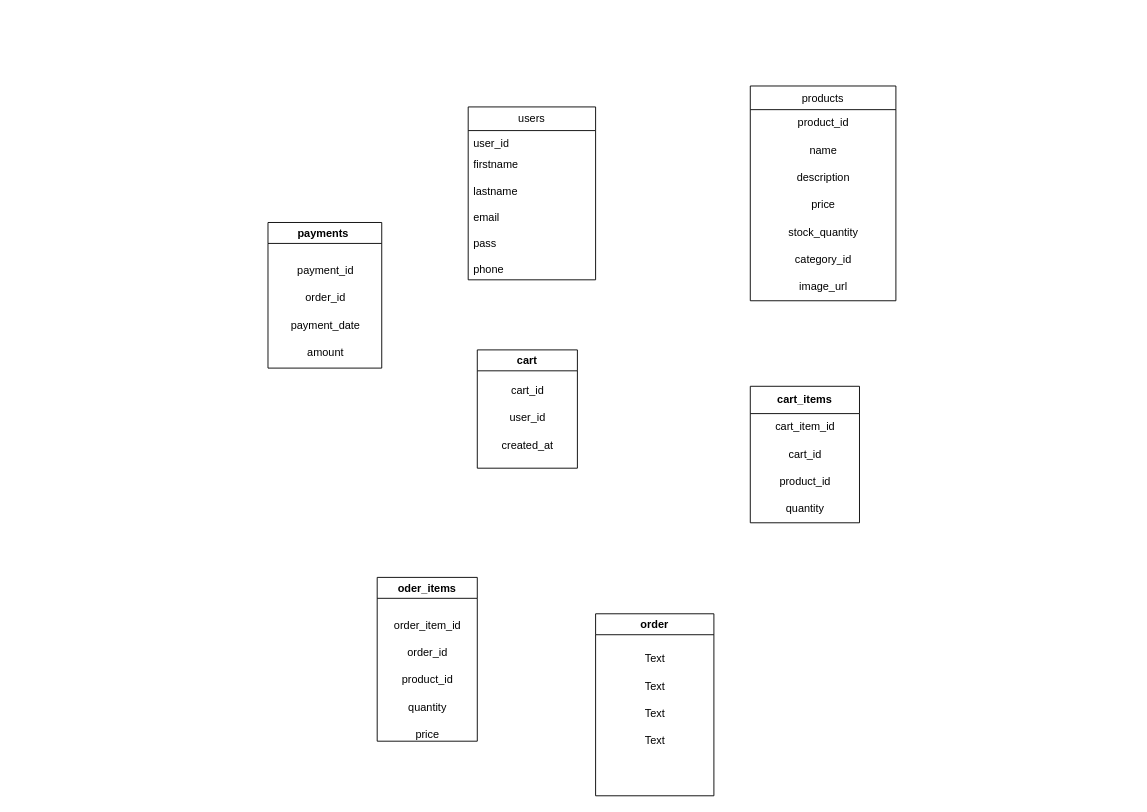
Before: Biểu đồ không có tiêu đề.drawio in xuancxh/IE104, a draw.io diagram. Source tidied: cells renumbered, new cells numbered last; positions are measured from the earlier drawing's top-left corner, leaving out a move shared by most shapes. Both pictures are drawn from the tidied source at 91%, with x=0, y=0 at pixel (268, 86).
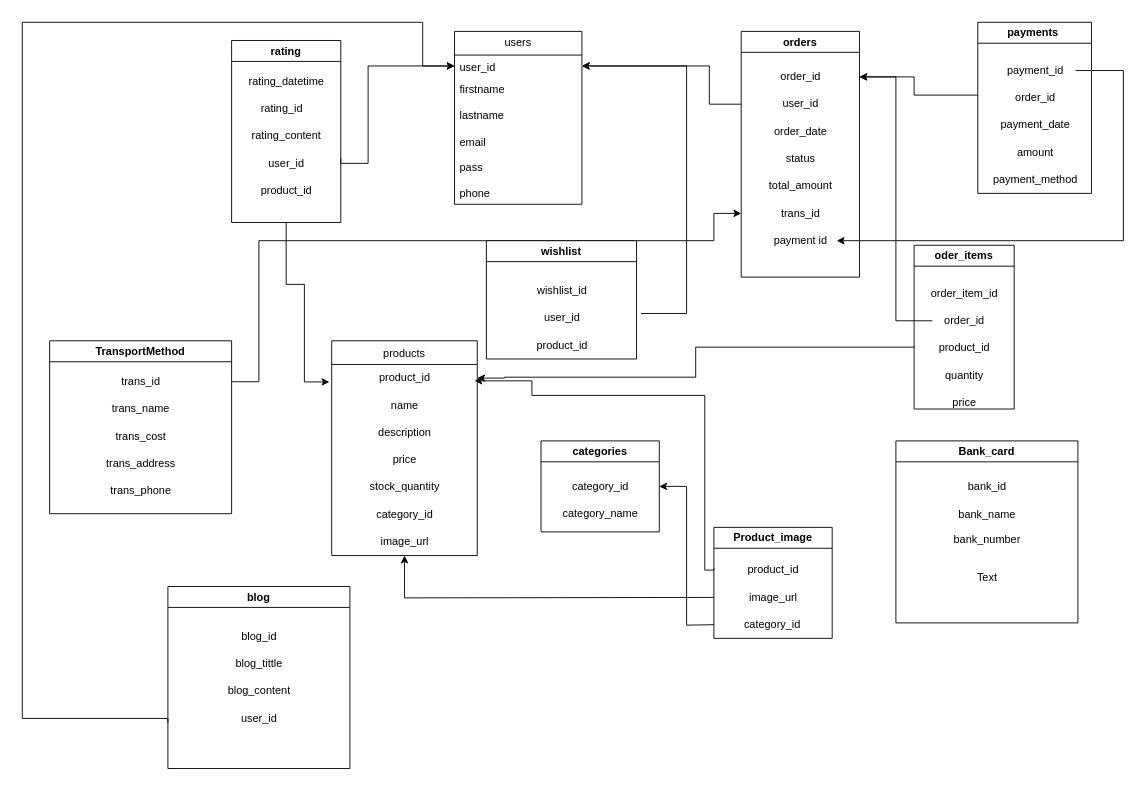
After the change.

Unchanged cells that the change refers to:
```xml
<mxCell id="3" value="product_id" style="text;html=1;align=center;verticalAlign=middle;points=[];strokeColor=none;fillColor=none;" parent="2" vertex="1">
  <mxGeometry y="26" width="160" height="30" as="geometry" />
</mxCell>
<mxCell id="9" value="image_url" style="text;html=1;align=center;verticalAlign=middle;points=[];strokeColor=none;fillColor=none;" parent="2" vertex="1">
  <mxGeometry y="206" width="160" height="30" as="geometry" />
</mxCell>
<mxCell id="11" value="&lt;font style=&quot;font-size: 12px;&quot;&gt;user_id&lt;/font&gt;&lt;div&gt;&lt;font style=&quot;font-size: 12px;&quot;&gt;&lt;br&gt;&lt;/font&gt;&lt;/div&gt;" style="text;strokeColor=none;fillColor=none;align=left;verticalAlign=top;spacingLeft=4;spacingRight=4;overflow=hidden;points=[[0,0.5],[1,0.5]];portConstraint=eastwest;whiteSpace=wrap;html=1;" parent="10" vertex="1">
  <mxGeometry y="26" width="140" height="24" as="geometry" />
</mxCell>
<mxCell id="23" value="payment_id" style="text;html=1;align=center;verticalAlign=middle;points=[];strokeColor=none;fillColor=none;" parent="22" vertex="1">
  <mxGeometry x="17.5" y="38" width="90" height="30" as="geometry" />
</mxCell>
<mxCell id="29" value="order_id" style="text;html=1;align=center;verticalAlign=middle;points=[];strokeColor=none;fillColor=none;" parent="27" vertex="1">
  <mxGeometry x="20" y="68" width="70" height="30" as="geometry" />
</mxCell>
```

The edit, as a diff of the source:
```diff
@@
     <mxCell id="2" value="products" style="swimlane;fontStyle=0;align=center;verticalAlign=top;horizontal=1;startSize=26;rounded=0;shadow=0;strokeWidth=1;" parent="1" vertex="1">
-      <mxGeometry x="530" width="160" height="236" as="geometry" />
+      <mxGeometry x="70" y="280" width="160" height="236" as="geometry" />
     </mxCell>
@@
     <mxCell id="10" value="users" style="swimlane;fontStyle=0;horizontal=1;startSize=26;fillColor=none;whiteSpace=wrap;html=1;" parent="1" vertex="1">
-      <mxGeometry x="220" y="23" width="140" height="190" as="geometry" />
+      <mxGeometry x="205" y="-60" width="140" height="190" as="geometry" />
     </mxCell>
@@
-    <mxCell id="13" value="cart" style="swimlane;whiteSpace=wrap;html=1;align=center;" parent="1" vertex="1">
-      <mxGeometry x="230" y="290" width="110" height="130" as="geometry" />
-    </mxCell>
-    <mxCell id="14" value="cart_id" style="text;html=1;align=center;verticalAlign=middle;strokeColor=none;fillColor=none;" parent="13" vertex="1">
-      <mxGeometry x="25" y="30" width="60" height="30" as="geometry" />
-    </mxCell>
-    <mxCell id="15" value="user_id" style="text;html=1;align=center;verticalAlign=middle;strokeColor=none;fillColor=none;" parent="13" vertex="1">
-      <mxGeometry x="25" y="60" width="60" height="30" as="geometry" />
-    </mxCell>
-    <mxCell id="16" value="created_at" style="text;html=1;align=center;verticalAlign=middle;strokeColor=none;fillColor=none;" parent="13" vertex="1">
-      <mxGeometry x="15" y="90" width="80" height="30" as="geometry" />
-    </mxCell>
-    <mxCell id="17" value="cart_items" style="swimlane;whiteSpace=wrap;html=1;startSize=30;" parent="1" vertex="1">
-      <mxGeometry x="530" y="330" width="120" height="150" as="geometry" />
-    </mxCell>
-    <mxCell id="18" value="cart_item_id" style="text;html=1;align=center;verticalAlign=middle;strokeColor=none;fillColor=none;" parent="17" vertex="1">
-      <mxGeometry x="15" y="30" width="90" height="30" as="geometry" />
-    </mxCell>
-    <mxCell id="19" value="cart_id" style="text;html=1;align=center;verticalAlign=middle;strokeColor=none;fillColor=none;" parent="17" vertex="1">
-      <mxGeometry x="30" y="60" width="60" height="30" as="geometry" />
-    </mxCell>
-    <mxCell id="20" value="product_id" style="text;html=1;align=center;verticalAlign=middle;strokeColor=none;fillColor=none;" parent="17" vertex="1">
-      <mxGeometry x="20" y="90" width="80" height="30" as="geometry" />
-    </mxCell>
-    <mxCell id="21" value="quantity" style="text;html=1;align=center;verticalAlign=middle;strokeColor=none;fillColor=none;" parent="17" vertex="1">
-      <mxGeometry x="25" y="120" width="70" height="30" as="geometry" />
-    </mxCell>
     <mxCell id="22" value="payments&amp;nbsp;" style="swimlane;whiteSpace=wrap;html=1;" parent="1" vertex="1">
-      <mxGeometry y="150" width="125" height="160" as="geometry" />
+      <mxGeometry x="780" y="-70" width="125" height="188" as="geometry" />
     </mxCell>
@@
+    <mxCell id="38" value="payment_method" style="text;html=1;align=center;verticalAlign=middle;strokeColor=none;fillColor=none;" parent="22" vertex="1">
+      <mxGeometry x="2.5" y="158" width="120" height="30" as="geometry" />
+    </mxCell>
     <mxCell id="27" value="oder_items" style="swimlane;whiteSpace=wrap;html=1;" parent="1" vertex="1">
-      <mxGeometry x="120" y="540" width="110" height="180" as="geometry" />
+      <mxGeometry x="710" y="175" width="110" height="180" as="geometry" />
     </mxCell>
@@
-    <mxCell id="33" value="order" style="swimlane;whiteSpace=wrap;html=1;" parent="1" vertex="1">
-      <mxGeometry x="360" y="580" width="130" height="200" as="geometry" />
+    <mxCell id="33" value="orders" style="swimlane;whiteSpace=wrap;html=1;" parent="1" vertex="1">
+      <mxGeometry x="520" y="-60" width="130" height="270" as="geometry" />
     </mxCell>
-    <mxCell id="34" value="Text" style="text;html=1;align=center;verticalAlign=middle;strokeColor=none;fillColor=none;" parent="33" vertex="1">
-      <mxGeometry x="40" y="35" width="50" height="30" as="geometry" />
+    <mxCell id="34" value="order_id" style="text;html=1;align=center;verticalAlign=middle;strokeColor=none;fillColor=none;" parent="33" vertex="1">
+      <mxGeometry x="30" y="35" width="70" height="30" as="geometry" />
     </mxCell>
-    <mxCell id="35" value="Text" style="text;html=1;align=center;verticalAlign=middle;strokeColor=none;fillColor=none;" parent="33" vertex="1">
-      <mxGeometry x="40" y="65" width="50" height="30" as="geometry" />
+    <mxCell id="35" value="user_id" style="text;html=1;align=center;verticalAlign=middle;strokeColor=none;fillColor=none;" parent="33" vertex="1">
+      <mxGeometry x="35" y="65" width="60" height="30" as="geometry" />
     </mxCell>
-    <mxCell id="36" value="Text" style="text;html=1;align=center;verticalAlign=middle;strokeColor=none;fillColor=none;" parent="33" vertex="1">
-      <mxGeometry x="40" y="95" width="50" height="30" as="geometry" />
+    <mxCell id="36" value="order_date" style="text;html=1;align=center;verticalAlign=middle;strokeColor=none;fillColor=none;" parent="33" vertex="1">
+      <mxGeometry x="25" y="95" width="80" height="30" as="geometry" />
     </mxCell>
-    <mxCell id="37" value="Text" style="text;html=1;align=center;verticalAlign=middle;strokeColor=none;fillColor=none;" parent="33" vertex="1">
-      <mxGeometry x="40" y="125" width="50" height="30" as="geometry" />
+    <mxCell id="37" value="status" style="text;html=1;align=center;verticalAlign=middle;strokeColor=none;fillColor=none;" parent="33" vertex="1">
+      <mxGeometry x="35" y="125" width="60" height="30" as="geometry" />
     </mxCell>
+    <mxCell id="39" value="total_amount" style="text;html=1;align=center;verticalAlign=middle;strokeColor=none;fillColor=none;" parent="33" vertex="1">
+      <mxGeometry x="20" y="155" width="90" height="30" as="geometry" />
+    </mxCell>
+    <mxCell id="40" value="trans_id" style="text;html=1;align=center;verticalAlign=middle;strokeColor=none;fillColor=none;" parent="33" vertex="1">
+      <mxGeometry x="30" y="185" width="70" height="30" as="geometry" />
+    </mxCell>
+    <mxCell id="41" value="payment id" style="text;html=1;align=center;verticalAlign=middle;points=[];strokeColor=none;fillColor=none;" parent="33" vertex="1">
+      <mxGeometry x="25" y="215" width="80" height="30" as="geometry" />
+    </mxCell>
+    <mxCell id="42" value="categories" style="swimlane;whiteSpace=wrap;html=1;" parent="1" vertex="1">
+      <mxGeometry x="300" y="390" width="130" height="100" as="geometry" />
+    </mxCell>
+    <mxCell id="43" value="category_id" style="text;html=1;align=center;verticalAlign=middle;strokeColor=none;fillColor=none;" parent="42" vertex="1">
+      <mxGeometry x="20" y="35" width="90" height="30" as="geometry" />
+    </mxCell>
+    <mxCell id="44" value="category_name" style="text;html=1;align=center;verticalAlign=middle;strokeColor=none;fillColor=none;" parent="42" vertex="1">
+      <mxGeometry x="10" y="65" width="110" height="30" as="geometry" />
+    </mxCell>
+    <mxCell id="45" value="Product_image" style="swimlane;whiteSpace=wrap;html=1;" parent="1" vertex="1">
+      <mxGeometry x="490" y="485" width="130" height="122" as="geometry" />
+    </mxCell>
+    <mxCell id="46" value="product_id" style="text;html=1;align=center;verticalAlign=middle;strokeColor=none;fillColor=none;" parent="45" vertex="1">
+      <mxGeometry x="25" y="32" width="80" height="30" as="geometry" />
+    </mxCell>
+    <mxCell id="47" value="image_url" style="text;html=1;align=center;verticalAlign=middle;strokeColor=none;fillColor=none;" parent="45" vertex="1">
+      <mxGeometry x="25" y="62" width="80" height="30" as="geometry" />
+    </mxCell>
+    <mxCell id="48" value="category_id" style="text;html=1;align=center;verticalAlign=middle;strokeColor=none;fillColor=none;" parent="45" vertex="1">
+      <mxGeometry x="19" y="92" width="90" height="30" as="geometry" />
+    </mxCell>
+    <mxCell id="49" value="rating" style="swimlane;whiteSpace=wrap;html=1;" parent="1" vertex="1">
+      <mxGeometry x="-40" y="-50" width="120" height="200" as="geometry" />
+    </mxCell>
+    <mxCell id="50" value="rating_datetime" style="text;html=1;align=center;verticalAlign=middle;strokeColor=none;fillColor=none;" parent="49" vertex="1">
+      <mxGeometry x="5" y="30" width="110" height="30" as="geometry" />
+    </mxCell>
+    <mxCell id="51" value="rating_content" style="text;html=1;align=center;verticalAlign=middle;strokeColor=none;fillColor=none;" parent="49" vertex="1">
+      <mxGeometry x="10" y="90" width="100" height="30" as="geometry" />
+    </mxCell>
+    <mxCell id="52" value="user_id" style="text;html=1;align=center;verticalAlign=middle;strokeColor=none;fillColor=none;" parent="49" vertex="1">
+      <mxGeometry x="30" y="120" width="60" height="30" as="geometry" />
+    </mxCell>
+    <mxCell id="53" value="product_id" style="text;html=1;align=center;verticalAlign=middle;strokeColor=none;fillColor=none;" parent="49" vertex="1">
+      <mxGeometry x="20" y="150" width="80" height="30" as="geometry" />
+    </mxCell>
+    <mxCell id="54" value="rating_id" style="text;html=1;align=center;verticalAlign=middle;strokeColor=none;fillColor=none;" parent="49" vertex="1">
+      <mxGeometry x="20" y="60" width="70" height="30" as="geometry" />
+    </mxCell>
+    <mxCell id="55" style="edgeStyle=orthogonalEdgeStyle;rounded=0;jettySize=auto;html=1;entryX=1;entryY=0.5;entryDx=0;entryDy=0;" parent="1" edge="1" target="11">
+      <mxGeometry relative="1" as="geometry">
+        <mxPoint x="520" y="20" as="sourcePoint" />
+        <Array as="points">
+          <mxPoint x="485" y="20" />
+          <mxPoint x="485" y="-22" />
+        </Array>
+      </mxGeometry>
+    </mxCell>
+    <mxCell id="56" style="edgeStyle=orthogonalEdgeStyle;rounded=0;jettySize=auto;html=1;" parent="1" edge="1" target="11">
+      <mxGeometry relative="1" as="geometry">
+        <mxPoint x="80" y="80" as="sourcePoint" />
+        <Array as="points">
+          <mxPoint x="110" y="85" />
+          <mxPoint x="110" y="-22" />
+        </Array>
+      </mxGeometry>
+    </mxCell>
+    <mxCell id="57" style="edgeStyle=orthogonalEdgeStyle;rounded=0;jettySize=auto;html=1;" parent="1" edge="1" target="3">
+      <mxGeometry relative="1" as="geometry">
+        <mxPoint x="710" y="286" as="sourcePoint" />
+        <Array as="points">
+          <mxPoint x="710" y="287" />
+          <mxPoint x="470" y="287" />
+          <mxPoint x="470" y="320" />
+          <mxPoint x="260" y="320" />
+          <mxPoint x="260" y="321" />
+        </Array>
+      </mxGeometry>
+    </mxCell>
+    <mxCell id="58" style="edgeStyle=orthogonalEdgeStyle;rounded=0;jettySize=auto;html=1;entryX=-0.016;entryY=0.639;entryDx=0;entryDy=0;entryPerimeter=0;exitX=0.5;exitY=1;exitDx=0;exitDy=0;" parent="1" edge="1" source="49" target="3">
+      <mxGeometry relative="1" as="geometry">
+        <Array as="points">
+          <mxPoint x="20" y="218" />
+          <mxPoint x="40" y="218" />
+          <mxPoint x="40" y="325" />
+        </Array>
+      </mxGeometry>
+    </mxCell>
+    <mxCell id="59" style="edgeStyle=orthogonalEdgeStyle;rounded=0;jettySize=auto;html=1;entryX=1;entryY=0.5;entryDx=0;entryDy=0;" parent="1" edge="1" target="42">
+      <mxGeometry relative="1" as="geometry">
+        <mxPoint x="490" y="592" as="sourcePoint" />
+      </mxGeometry>
+    </mxCell>
+    <mxCell id="60" value="TransportMethod" style="swimlane;whiteSpace=wrap;html=1;" parent="1" vertex="1">
+      <mxGeometry x="-240" y="280" width="200" height="190" as="geometry" />
+    </mxCell>
+    <mxCell id="61" value="trans_id" style="text;html=1;align=center;verticalAlign=middle;strokeColor=none;fillColor=none;" parent="60" vertex="1">
+      <mxGeometry x="65" y="30" width="70" height="30" as="geometry" />
+    </mxCell>
+    <mxCell id="62" value="trans_name" style="text;html=1;align=center;verticalAlign=middle;strokeColor=none;fillColor=none;" parent="60" vertex="1">
+      <mxGeometry x="55" y="60" width="90" height="30" as="geometry" />
+    </mxCell>
+    <mxCell id="63" value="trans_cost" style="text;html=1;align=center;verticalAlign=middle;strokeColor=none;fillColor=none;" parent="60" vertex="1">
+      <mxGeometry x="60" y="90" width="80" height="30" as="geometry" />
+    </mxCell>
+    <mxCell id="64" value="trans_address" style="text;html=1;align=center;verticalAlign=middle;strokeColor=none;fillColor=none;" parent="60" vertex="1">
+      <mxGeometry x="50" y="120" width="100" height="30" as="geometry" />
+    </mxCell>
+    <mxCell id="65" value="trans_phone" style="text;html=1;align=center;verticalAlign=middle;strokeColor=none;fillColor=none;" parent="60" vertex="1">
+      <mxGeometry x="55" y="150" width="90" height="30" as="geometry" />
+    </mxCell>
+    <mxCell id="66" style="edgeStyle=orthogonalEdgeStyle;rounded=0;orthogonalLoop=1;jettySize=auto;html=1;" parent="1" edge="1">
+      <mxGeometry relative="1" as="geometry">
+        <mxPoint x="-40" y="325" as="sourcePoint" />
+        <mxPoint x="520" y="140" as="targetPoint" />
+        <Array as="points">
+          <mxPoint x="-10" y="325" />
+          <mxPoint x="-10" y="170" />
+          <mxPoint x="490" y="170" />
+          <mxPoint x="490" y="140" />
+        </Array>
+      </mxGeometry>
+    </mxCell>
+    <mxCell id="67" style="edgeStyle=orthogonalEdgeStyle;rounded=0;jettySize=auto;html=1;" parent="1" edge="1" source="29">
+      <mxGeometry relative="1" as="geometry">
+        <mxPoint x="650" y="-10" as="targetPoint" />
+        <Array as="points">
+          <mxPoint x="690" y="258" />
+          <mxPoint x="690" y="-10" />
+        </Array>
+      </mxGeometry>
+    </mxCell>
+    <mxCell id="68" style="edgeStyle=orthogonalEdgeStyle;rounded=0;orthogonalLoop=1;jettySize=auto;html=1;" parent="1" edge="1">
+      <mxGeometry relative="1" as="geometry">
+        <mxPoint x="780" y="10" as="sourcePoint" />
+        <mxPoint x="650" y="-10" as="targetPoint" />
+        <Array as="points">
+          <mxPoint x="710" y="10" />
+          <mxPoint x="710" y="-10" />
+        </Array>
+      </mxGeometry>
+    </mxCell>
+    <mxCell id="69" style="edgeStyle=orthogonalEdgeStyle;rounded=0;jettySize=auto;html=1;" parent="1" edge="1" source="23" target="41">
+      <mxGeometry relative="1" as="geometry">
+        <Array as="points">
+          <mxPoint x="940" y="-17" />
+          <mxPoint x="940" y="170" />
+        </Array>
+      </mxGeometry>
+    </mxCell>
+    <mxCell id="70" style="edgeStyle=orthogonalEdgeStyle;rounded=0;jettySize=auto;html=1;entryX=0.981;entryY=0.6;entryDx=0;entryDy=0;entryPerimeter=0;" parent="1" edge="1" target="3">
+      <mxGeometry relative="1" as="geometry">
+        <mxPoint x="490" y="530" as="sourcePoint" />
+        <Array as="points">
+          <mxPoint x="480" y="532" />
+          <mxPoint x="480" y="340" />
+          <mxPoint x="290" y="340" />
+          <mxPoint x="290" y="324" />
+        </Array>
+      </mxGeometry>
+    </mxCell>
+    <mxCell id="71" style="edgeStyle=orthogonalEdgeStyle;rounded=0;jettySize=auto;html=1;" parent="1" edge="1" target="9">
+      <mxGeometry relative="1" as="geometry">
+        <mxPoint x="490" y="562" as="sourcePoint" />
+      </mxGeometry>
+    </mxCell>
+    <mxCell id="72" value="Bank_card" style="swimlane;whiteSpace=wrap;html=1;" parent="1" vertex="1">
+      <mxGeometry x="690" y="390" width="200" height="200" as="geometry" />
+    </mxCell>
+    <mxCell id="73" value="bank_name" style="text;html=1;align=center;verticalAlign=middle;strokeColor=none;fillColor=none;" parent="72" vertex="1">
+      <mxGeometry x="55" y="66" width="90" height="30" as="geometry" />
+    </mxCell>
+    <mxCell id="74" value="bank_number&lt;div&gt;&lt;br&gt;&lt;/div&gt;" style="text;html=1;align=center;verticalAlign=middle;strokeColor=none;fillColor=none;" parent="72" vertex="1">
+      <mxGeometry x="50" y="96" width="100" height="40" as="geometry" />
+    </mxCell>
+    <mxCell id="75" value="bank_id" style="text;html=1;align=center;verticalAlign=middle;strokeColor=none;fillColor=none;" parent="72" vertex="1">
+      <mxGeometry x="65" y="36" width="70" height="30" as="geometry" />
+    </mxCell>
+    <mxCell id="76" value="Text" style="text;html=1;align=center;verticalAlign=middle;strokeColor=none;fillColor=none;" parent="72" vertex="1">
+      <mxGeometry x="75" y="136" width="50" height="30" as="geometry" />
+    </mxCell>
+    <mxCell id="77" value="blog" style="swimlane;whiteSpace=wrap;html=1;" parent="1" vertex="1">
+      <mxGeometry x="-110" y="550" width="200" height="200" as="geometry" />
+    </mxCell>
+    <mxCell id="78" value="blog_id" style="text;html=1;align=center;verticalAlign=middle;strokeColor=none;fillColor=none;" parent="77" vertex="1">
+      <mxGeometry x="70" y="40" width="60" height="30" as="geometry" />
+    </mxCell>
+    <mxCell id="79" value="blog_tittle" style="text;html=1;align=center;verticalAlign=middle;strokeColor=none;fillColor=none;" parent="77" vertex="1">
+      <mxGeometry x="65" y="70" width="70" height="30" as="geometry" />
+    </mxCell>
+    <mxCell id="80" value="blog_content" style="text;html=1;align=center;verticalAlign=middle;strokeColor=none;fillColor=none;" parent="77" vertex="1">
+      <mxGeometry x="55" y="100" width="90" height="30" as="geometry" />
+    </mxCell>
+    <mxCell id="81" value="user_id" style="text;html=1;align=center;verticalAlign=middle;strokeColor=none;fillColor=none;" parent="77" vertex="1">
+      <mxGeometry x="70" y="130" width="60" height="30" as="geometry" />
+    </mxCell>
+    <mxCell id="82" style="edgeStyle=orthogonalEdgeStyle;rounded=0;jettySize=auto;html=1;" parent="1" edge="1" target="11">
+      <mxGeometry relative="1" as="geometry">
+        <mxPoint x="-110" y="700" as="sourcePoint" />
+        <Array as="points">
+          <mxPoint x="-270" y="695" />
+          <mxPoint x="-270" y="-70" />
+          <mxPoint x="170" y="-70" />
+          <mxPoint x="170" y="-22" />
+        </Array>
+      </mxGeometry>
+    </mxCell>
+    <mxCell id="83" value="wishlist" style="swimlane;whiteSpace=wrap;html=1;" parent="1" vertex="1">
+      <mxGeometry x="240" y="170" width="165" height="130" as="geometry" />
+    </mxCell>
+    <mxCell id="84" value="wishlist_id" style="text;html=1;align=center;verticalAlign=middle;strokeColor=none;fillColor=none;" parent="83" vertex="1">
+      <mxGeometry x="42.5" y="40" width="80" height="30" as="geometry" />
+    </mxCell>
+    <mxCell id="85" value="user_id" style="text;html=1;align=center;verticalAlign=middle;strokeColor=none;fillColor=none;" parent="83" vertex="1">
+      <mxGeometry x="52.5" y="70" width="60" height="30" as="geometry" />
+    </mxCell>
+    <mxCell id="86" value="product_id" style="text;html=1;align=center;verticalAlign=middle;strokeColor=none;fillColor=none;" parent="83" vertex="1">
+      <mxGeometry x="42.5" y="100" width="80" height="30" as="geometry" />
+    </mxCell>
+    <mxCell id="87" style="edgeStyle=orthogonalEdgeStyle;rounded=0;jettySize=auto;html=1;entryX=1;entryY=0.5;entryDx=0;entryDy=0;" parent="1" edge="1" target="11">
+      <mxGeometry relative="1" as="geometry">
+        <mxPoint x="410" y="250" as="sourcePoint" />
+        <Array as="points">
+          <mxPoint x="460" y="250" />
+          <mxPoint x="460" y="-22" />
+        </Array>
+      </mxGeometry>
+    </mxCell>
```
